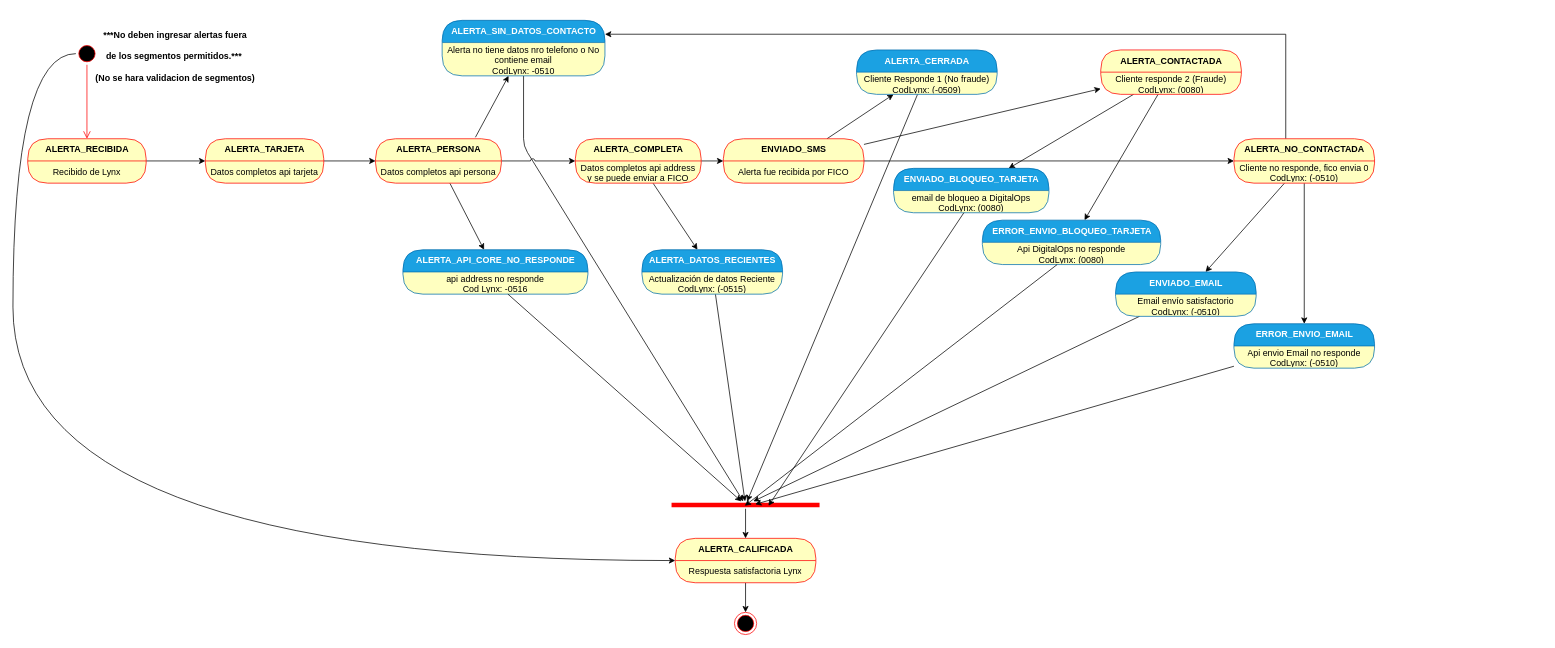
The draw.io diagram EstadosLynx.drawio in zolymo/diagrams, before the edit. Source tidied: cells renumbered, new cells numbered last; positions are measured from the earlier drawing's top-left corner, leaving out a move shared by most shapes. Both pictures are drawn from the tidied source at 74%, with x=0, y=0 at pixel (13, 13).
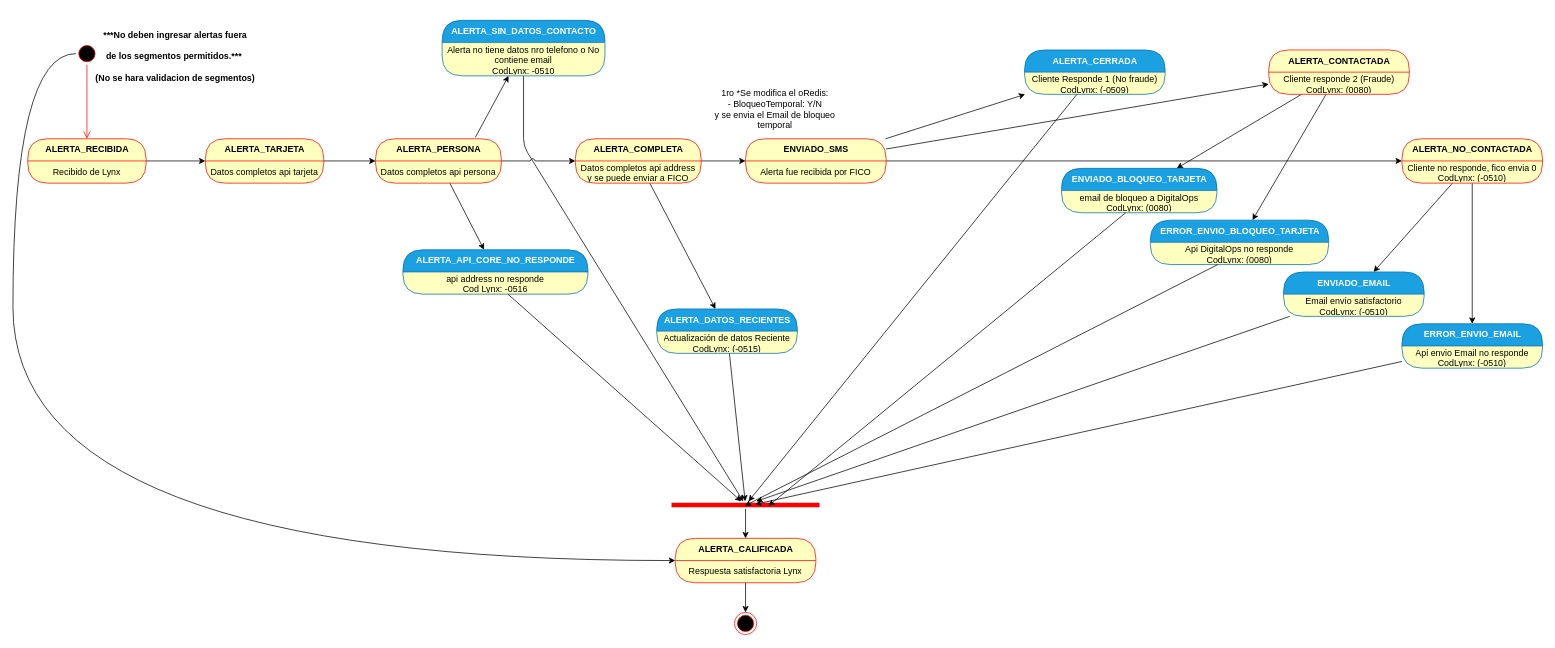
The same diagram, later.

Unchanged cells that the change refers to:
```xml
<mxCell id="22" value="ALERTA_SIN_DATOS_CONTACTO" style="swimlane;html=1;fontStyle=1;align=center;verticalAlign=middle;horizontal=1;startSize=30;fontColor=#ffffff;rounded=1;arcSize=30;strokeColor=#006EAF;fillColor=#1ba1e2;swimlaneFillColor=#ffffc0;" parent="1" vertex="1">
  <mxGeometry x="580" y="10" width="220" height="75" as="geometry" />
</mxCell>
```

Diff of the diagram source:
```diff
@@
     <mxCell id="25" value="ALERTA_DATOS_RECIENTES" style="swimlane;html=1;fontStyle=1;align=center;verticalAlign=middle;horizontal=1;startSize=30;fontColor=#ffffff;rounded=1;arcSize=30;strokeColor=#006EAF;fillColor=#1ba1e2;swimlaneFillColor=#ffffc0;" parent="1" vertex="1">
-      <mxGeometry x="850" y="320" width="190" height="60" as="geometry" />
+      <mxGeometry x="870" y="400" width="190" height="60" as="geometry" />
     </mxCell>
@@
     <mxCell id="30" value="ENVIADO_SMS" style="swimlane;html=1;fontStyle=1;align=center;verticalAlign=middle;horizontal=1;startSize=30;fontColor=#000000;rounded=1;arcSize=30;strokeColor=#ff0000;swimlaneFillColor=#ffffc0;fillColor=#FFFFC0;" parent="1" vertex="1">
-      <mxGeometry x="960" y="170" width="190" height="60" as="geometry" />
+      <mxGeometry x="990" y="170" width="190" height="60" as="geometry" />
     </mxCell>
@@
     <mxCell id="33" value="ALERTA_CERRADA" style="swimlane;html=1;fontStyle=1;align=center;verticalAlign=middle;horizontal=1;startSize=30;fontColor=#ffffff;rounded=1;arcSize=30;strokeColor=#006EAF;fillColor=#1ba1e2;swimlaneFillColor=#ffffc0;" parent="1" vertex="1">
-      <mxGeometry x="1140" y="50" width="190" height="60" as="geometry" />
+      <mxGeometry x="1367" y="50" width="190" height="60" as="geometry" />
     </mxCell>
@@
     <mxCell id="37" value="&lt;font color=&quot;#000000&quot;&gt;ALERTA_CONTACTADA&lt;/font&gt;" style="swimlane;html=1;fontStyle=1;align=center;verticalAlign=middle;horizontal=1;startSize=30;fontColor=#ffffff;rounded=1;arcSize=30;swimlaneFillColor=#ffffc0;fillColor=#FFFFC0;strokeColor=#FF0000;" parent="1" vertex="1">
-      <mxGeometry x="1470" y="50" width="190" height="60" as="geometry" />
+      <mxGeometry x="1697" y="50" width="190" height="60" as="geometry" />
     </mxCell>
@@
-    <mxCell id="42" style="edgeStyle=orthogonalEdgeStyle;rounded=0;jettySize=auto;html=1;entryX=1;entryY=0.25;entryDx=0;entryDy=0;" parent="1" edge="1" source="43" target="22">
-      <mxGeometry relative="1" as="geometry">
-        <Array as="points">
-          <mxPoint x="1720" y="29" />
-        </Array>
-      </mxGeometry>
-    </mxCell>
     <mxCell id="43" value="&lt;font color=&quot;#000000&quot;&gt;ALERTA_NO_CONTACTADA&lt;/font&gt;" style="swimlane;html=1;fontStyle=1;align=center;verticalAlign=middle;horizontal=1;startSize=30;fontColor=#ffffff;rounded=1;arcSize=30;swimlaneFillColor=#ffffc0;fillColor=#FFFFC0;strokeColor=#FF0000;" parent="1" vertex="1">
-      <mxGeometry x="1650" y="170" width="190" height="60" as="geometry" />
+      <mxGeometry x="1877" y="170" width="190" height="60" as="geometry" />
     </mxCell>
@@
     <mxCell id="57" value="ERROR_ENVIO_EMAIL" style="swimlane;html=1;fontStyle=1;align=center;verticalAlign=middle;horizontal=1;startSize=30;rounded=1;arcSize=30;strokeColor=#006EAF;fillColor=#1ba1e2;swimlaneFillColor=#ffffc0;fontColor=#ffffff;" parent="1" vertex="1">
-      <mxGeometry x="1650" y="420" width="190" height="60" as="geometry" />
+      <mxGeometry x="1877" y="420" width="190" height="60" as="geometry" />
     </mxCell>
@@
     <mxCell id="59" value="ENVIADO_EMAIL" style="swimlane;html=1;fontStyle=1;align=center;verticalAlign=middle;horizontal=1;startSize=30;rounded=1;arcSize=30;strokeColor=#006EAF;fillColor=#1ba1e2;swimlaneFillColor=#ffffc0;fontColor=#ffffff;" parent="1" vertex="1">
-      <mxGeometry x="1490" y="350" width="190" height="60" as="geometry" />
+      <mxGeometry x="1717" y="350" width="190" height="60" as="geometry" />
     </mxCell>
@@
     <mxCell id="61" value="ENVIADO_BLOQUEO_TARJETA" style="swimlane;html=1;fontStyle=1;align=center;verticalAlign=middle;horizontal=1;startSize=30;fontColor=#ffffff;rounded=1;arcSize=30;strokeColor=#006EAF;fillColor=#1ba1e2;swimlaneFillColor=#ffffc0;" parent="1" vertex="1">
-      <mxGeometry x="1190" y="210" width="210" height="60" as="geometry" />
+      <mxGeometry x="1417" y="210" width="210" height="60" as="geometry" />
     </mxCell>
@@
     <mxCell id="64" value="ERROR_ENVIO_BLOQUEO_TARJETA" style="swimlane;html=1;fontStyle=1;align=center;verticalAlign=middle;horizontal=1;startSize=30;fontColor=#ffffff;rounded=1;arcSize=30;strokeColor=#006EAF;fillColor=#1ba1e2;swimlaneFillColor=#ffffc0;" parent="1" vertex="1">
-      <mxGeometry x="1310" y="280" width="241" height="60" as="geometry" />
+      <mxGeometry x="1537" y="280" width="241" height="60" as="geometry" />
     </mxCell>
@@
+    <mxCell id="67" value="1ro *Se modifica el oRedis:&lt;br&gt;- BloqueoTemporal: Y/N&lt;br&gt;y se envia el Email de bloqueo temporal" style="text;html=1;strokeColor=none;fillColor=none;align=center;verticalAlign=middle;whiteSpace=wrap;rounded=0;" parent="1" vertex="1">
+      <mxGeometry x="940" y="100" width="180" height="60" as="geometry" />
+    </mxCell>
```
